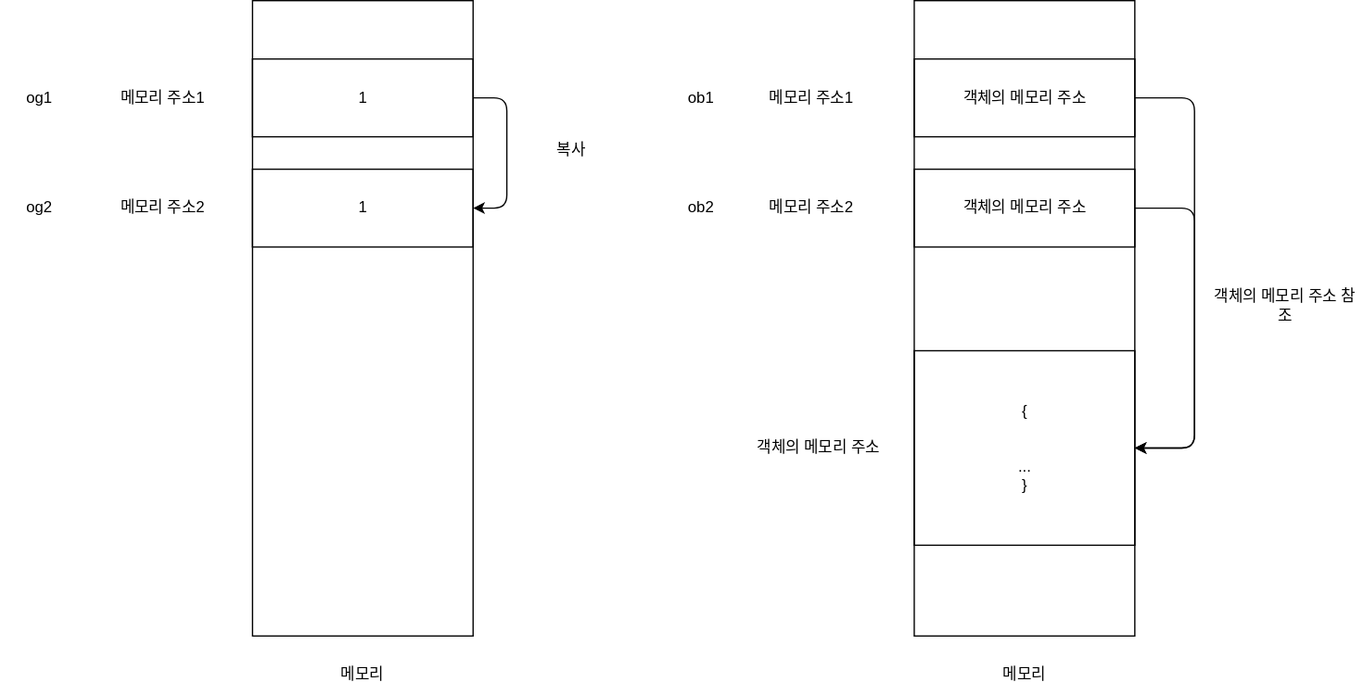
daniel-juyeon-kim/archive keeps this draw.io diagram as JavaScript/원시값, 객체 전달/primitive-reference-compare.drawio.svg. Above is the earlier version. Source tidied: cells renumbered, new cells last; positions are measured from the earlier drawing's top-left corner, leaving out a move shared by most shapes.
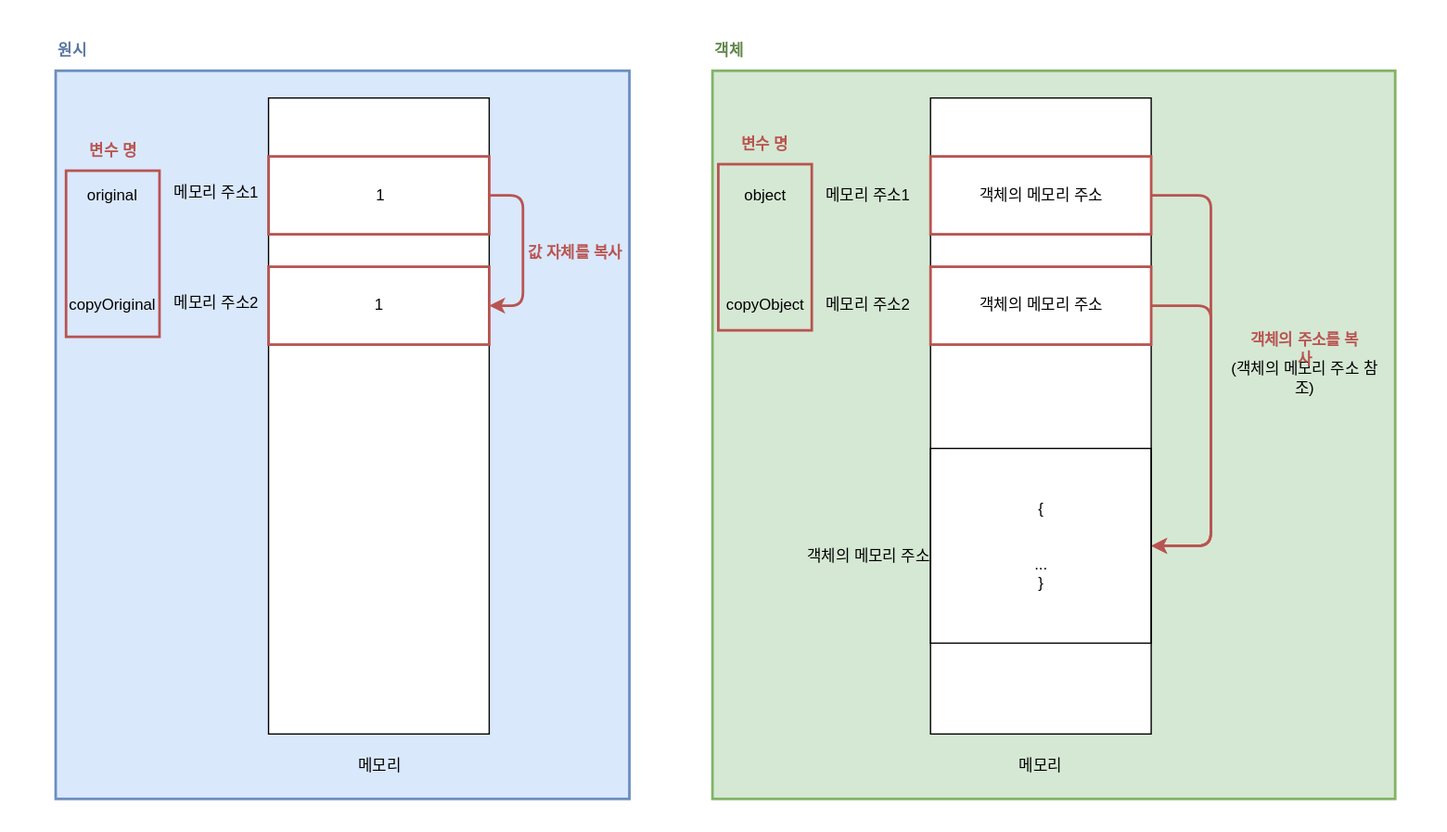
After the commit.

What changed in the source:
```diff
@@ -1,17 +1,32 @@
-<mxGraphModel>
+<mxGraphModel background="#ffffff">
   <root>
     <mxCell id="0" />
     <mxCell id="1" parent="0" />
+    <mxCell id="30" style="rounded=0;whiteSpace=wrap;html=1;strokeColor=none;fillColor=none;" parent="1" vertex="1">
+      <mxGeometry x="-12" y="-75" width="1113" height="640" as="geometry" />
+    </mxCell>
+    <mxCell id="31" style="rounded=0;whiteSpace=wrap;html=1;strokeColor=#82b366;fillColor=#d5e8d4;strokeWidth=2;" parent="1" vertex="1">
+      <mxGeometry x="536" y="-21" width="526" height="561" as="geometry" />
+    </mxCell>
+    <mxCell id="32" style="rounded=0;whiteSpace=wrap;html=1;fillColor=none;strokeColor=#b85450;strokeWidth=2;" parent="1" vertex="1">
+      <mxGeometry x="540.5" y="51" width="72" height="128" as="geometry" />
+    </mxCell>
+    <mxCell id="33" style="rounded=0;whiteSpace=wrap;html=1;strokeColor=#6c8ebf;fillColor=#dae8fc;strokeWidth=2;" parent="1" vertex="1">
+      <mxGeometry x="30" y="-21" width="442" height="561" as="geometry" />
+    </mxCell>
+    <mxCell id="34" style="rounded=0;whiteSpace=wrap;html=1;fillColor=none;strokeColor=#b85450;strokeWidth=2;" parent="1" vertex="1">
+      <mxGeometry x="38" y="56" width="72" height="128" as="geometry" />
+    </mxCell>
     <mxCell id="2" style="rounded=0;whiteSpace=wrap;html=1;" parent="1" vertex="1">
       <mxGeometry x="704" width="170" height="490" as="geometry" />
     </mxCell>
-    <mxCell id="3" value="ob1" style="text;html=1;strokeColor=none;fillColor=none;align=center;verticalAlign=middle;whiteSpace=wrap;rounded=0;" parent="1" vertex="1">
-      <mxGeometry x="510" y="60" width="60" height="30" as="geometry" />
+    <mxCell id="3" value="object" style="text;html=1;strokeColor=none;fillColor=none;align=center;verticalAlign=middle;whiteSpace=wrap;rounded=0;" parent="1" vertex="1">
+      <mxGeometry x="546.5" y="60" width="60" height="30" as="geometry" />
     </mxCell>
     <mxCell id="4" value="메모리 주소1" style="text;html=1;strokeColor=none;fillColor=none;align=center;verticalAlign=middle;whiteSpace=wrap;rounded=0;" parent="1" vertex="1">
-      <mxGeometry x="590" y="60" width="70" height="30" as="geometry" />
+      <mxGeometry x="621" y="60" width="70" height="30" as="geometry" />
     </mxCell>
-    <mxCell id="5" style="edgeStyle=orthogonalEdgeStyle;shape=connector;rounded=1;html=1;exitX=1;exitY=0.5;exitDx=0;exitDy=0;entryX=1;entryY=0.5;entryDx=0;entryDy=0;labelBackgroundColor=default;strokeColor=default;fontFamily=Helvetica;fontSize=11;fontColor=default;endArrow=classic;" parent="1" edge="1" source="6" target="13">
+    <mxCell id="5" style="edgeStyle=orthogonalEdgeStyle;shape=connector;rounded=1;html=1;exitX=1;exitY=0.5;exitDx=0;exitDy=0;entryX=1;entryY=0.5;entryDx=0;entryDy=0;labelBackgroundColor=default;strokeColor=#b85450;fontFamily=Helvetica;fontSize=11;fontColor=default;endArrow=classic;fillColor=#f8cecc;strokeWidth=2;" parent="1" edge="1" source="6" target="13">
       <mxGeometry relative="1" as="geometry">
         <Array as="points">
           <mxPoint x="920" y="75" />
@@ -19,13 +34,13 @@
         </Array>
       </mxGeometry>
     </mxCell>
-    <mxCell id="6" style="rounded=0;whiteSpace=wrap;html=1;fillColor=none;" parent="1" vertex="1">
+    <mxCell id="6" style="rounded=0;whiteSpace=wrap;html=1;fillColor=none;strokeColor=#b85450;strokeWidth=2;" parent="1" vertex="1">
       <mxGeometry x="704" y="45" width="170" height="60" as="geometry" />
     </mxCell>
     <mxCell id="7" value="객체의 메모리 주소" style="text;html=1;strokeColor=none;fillColor=none;align=center;verticalAlign=middle;whiteSpace=wrap;rounded=0;" parent="1" vertex="1">
       <mxGeometry x="739.5" y="60" width="99" height="30" as="geometry" />
     </mxCell>
-    <mxCell id="8" style="edgeStyle=orthogonalEdgeStyle;shape=connector;rounded=1;html=1;exitX=1;exitY=0.5;exitDx=0;exitDy=0;entryX=1;entryY=0.5;entryDx=0;entryDy=0;labelBackgroundColor=default;strokeColor=default;fontFamily=Helvetica;fontSize=11;fontColor=default;endArrow=classic;" parent="1" edge="1" source="9" target="13">
+    <mxCell id="8" style="edgeStyle=orthogonalEdgeStyle;shape=connector;rounded=1;html=1;exitX=1;exitY=0.5;exitDx=0;exitDy=0;entryX=1;entryY=0.5;entryDx=0;entryDy=0;labelBackgroundColor=default;strokeColor=#b85450;fontFamily=Helvetica;fontSize=11;fontColor=default;endArrow=classic;fillColor=#f8cecc;strokeWidth=2;" parent="1" edge="1" source="9" target="13">
       <mxGeometry relative="1" as="geometry">
         <Array as="points">
           <mxPoint x="920" y="160" />
@@ -33,17 +48,17 @@
         </Array>
       </mxGeometry>
     </mxCell>
-    <mxCell id="9" style="rounded=0;whiteSpace=wrap;html=1;fillColor=none;" parent="1" vertex="1">
+    <mxCell id="9" style="rounded=0;whiteSpace=wrap;html=1;fillColor=none;strokeColor=#b85450;strokeWidth=2;" parent="1" vertex="1">
       <mxGeometry x="704" y="130" width="170" height="60" as="geometry" />
     </mxCell>
     <mxCell id="10" value="객체의 메모리 주소" style="text;html=1;strokeColor=none;fillColor=none;align=center;verticalAlign=middle;whiteSpace=wrap;rounded=0;" parent="1" vertex="1">
       <mxGeometry x="739.5" y="145" width="99" height="30" as="geometry" />
     </mxCell>
-    <mxCell id="11" value="ob2" style="text;html=1;strokeColor=none;fillColor=none;align=center;verticalAlign=middle;whiteSpace=wrap;rounded=0;" parent="1" vertex="1">
-      <mxGeometry x="510" y="145" width="60" height="30" as="geometry" />
+    <mxCell id="11" value="copyObject" style="text;html=1;strokeColor=none;fillColor=none;align=center;verticalAlign=middle;whiteSpace=wrap;rounded=0;" parent="1" vertex="1">
+      <mxGeometry x="546.5" y="145" width="60" height="30" as="geometry" />
     </mxCell>
     <mxCell id="12" value="메모리 주소2" style="text;html=1;strokeColor=none;fillColor=none;align=center;verticalAlign=middle;whiteSpace=wrap;rounded=0;" parent="1" vertex="1">
-      <mxGeometry x="590" y="145" width="70" height="30" as="geometry" />
+      <mxGeometry x="621" y="145" width="70" height="30" as="geometry" />
     </mxCell>
     <mxCell id="13" style="rounded=0;whiteSpace=wrap;html=1;fillColor=none;" parent="1" vertex="1">
       <mxGeometry x="704" y="270" width="170" height="150" as="geometry" />
@@ -52,18 +67,18 @@
       <mxGeometry x="739.5" y="330" width="99" height="30" as="geometry" />
     </mxCell>
     <mxCell id="15" value="객체의 메모리 주소" style="text;html=1;strokeColor=none;fillColor=none;align=center;verticalAlign=middle;whiteSpace=wrap;rounded=0;" parent="1" vertex="1">
-      <mxGeometry x="580.5" y="330" width="99" height="30" as="geometry" />
+      <mxGeometry x="606.5" y="338" width="99" height="30" as="geometry" />
     </mxCell>
     <mxCell id="16" value="메모리" style="text;html=1;strokeColor=none;fillColor=none;align=center;verticalAlign=middle;whiteSpace=wrap;rounded=0;" parent="1" vertex="1">
-      <mxGeometry x="759" y="505" width="60" height="30" as="geometry" />
+      <mxGeometry x="759" y="500" width="60" height="30" as="geometry" />
     </mxCell>
     <mxCell id="17" style="rounded=0;whiteSpace=wrap;html=1;" parent="1" vertex="1">
       <mxGeometry x="194" width="170" height="490" as="geometry" />
     </mxCell>
-    <mxCell id="18" value="og1" style="text;html=1;strokeColor=none;fillColor=none;align=center;verticalAlign=middle;whiteSpace=wrap;rounded=0;" parent="1" vertex="1">
-      <mxGeometry y="60" width="60" height="30" as="geometry" />
+    <mxCell id="18" value="original" style="text;html=1;strokeColor=none;fillColor=none;align=center;verticalAlign=middle;whiteSpace=wrap;rounded=0;" parent="1" vertex="1">
+      <mxGeometry x="44" y="60" width="60" height="30" as="geometry" />
     </mxCell>
-    <mxCell id="19" style="edgeStyle=orthogonalEdgeStyle;shape=connector;rounded=1;html=1;exitX=1;exitY=0.5;exitDx=0;exitDy=0;entryX=1;entryY=0.5;entryDx=0;entryDy=0;labelBackgroundColor=default;strokeColor=default;fontFamily=Helvetica;fontSize=11;fontColor=default;endArrow=classic;" parent="1" edge="1" source="20" target="22">
+    <mxCell id="19" style="edgeStyle=orthogonalEdgeStyle;shape=connector;rounded=1;html=1;exitX=1;exitY=0.5;exitDx=0;exitDy=0;entryX=1;entryY=0.5;entryDx=0;entryDy=0;labelBackgroundColor=default;strokeColor=#b85450;fontFamily=Helvetica;fontSize=11;fontColor=default;endArrow=classic;fillColor=#f8cecc;strokeWidth=2;" parent="1" edge="1" source="20" target="22">
       <mxGeometry relative="1" as="geometry">
         <Array as="points">
           <mxPoint x="390" y="75" />
@@ -71,35 +86,50 @@
         </Array>
       </mxGeometry>
     </mxCell>
-    <mxCell id="20" style="rounded=0;whiteSpace=wrap;html=1;fillColor=none;" parent="1" vertex="1">
+    <mxCell id="20" style="rounded=0;whiteSpace=wrap;html=1;fillColor=none;strokeColor=#b85450;strokeWidth=2;" parent="1" vertex="1">
       <mxGeometry x="194" y="45" width="170" height="60" as="geometry" />
     </mxCell>
     <mxCell id="21" value="1" style="text;html=1;strokeColor=none;fillColor=none;align=center;verticalAlign=middle;whiteSpace=wrap;rounded=0;" parent="1" vertex="1">
-      <mxGeometry x="229.5" y="60" width="99" height="30" as="geometry" />
+      <mxGeometry x="229.5" y="60" width="100.5" height="30" as="geometry" />
     </mxCell>
-    <mxCell id="22" style="rounded=0;whiteSpace=wrap;html=1;fillColor=none;" parent="1" vertex="1">
+    <mxCell id="22" style="rounded=0;whiteSpace=wrap;html=1;fillColor=none;strokeColor=#b85450;strokeWidth=2;" parent="1" vertex="1">
       <mxGeometry x="194" y="130" width="170" height="60" as="geometry" />
     </mxCell>
     <mxCell id="23" value="1" style="text;html=1;strokeColor=none;fillColor=none;align=center;verticalAlign=middle;whiteSpace=wrap;rounded=0;" parent="1" vertex="1">
       <mxGeometry x="229.5" y="145" width="99" height="30" as="geometry" />
     </mxCell>
-    <mxCell id="24" value="og2" style="text;html=1;strokeColor=none;fillColor=none;align=center;verticalAlign=middle;whiteSpace=wrap;rounded=0;" parent="1" vertex="1">
-      <mxGeometry y="145" width="60" height="30" as="geometry" />
+    <mxCell id="24" value="copyOriginal" style="text;html=1;strokeColor=none;fillColor=none;align=center;verticalAlign=middle;whiteSpace=wrap;rounded=0;" parent="1" vertex="1">
+      <mxGeometry x="44" y="145" width="60" height="30" as="geometry" />
     </mxCell>
     <mxCell id="25" value="메모리" style="text;html=1;strokeColor=none;fillColor=none;align=center;verticalAlign=middle;whiteSpace=wrap;rounded=0;" parent="1" vertex="1">
-      <mxGeometry x="249" y="505" width="60" height="30" as="geometry" />
+      <mxGeometry x="249.8" y="500" width="60" height="30" as="geometry" />
     </mxCell>
-    <mxCell id="26" value="복사" style="text;html=1;strokeColor=none;fillColor=none;align=center;verticalAlign=middle;whiteSpace=wrap;rounded=0;" parent="1" vertex="1">
-      <mxGeometry x="410" y="100" width="60" height="30" as="geometry" />
-    </mxCell>
     <mxCell id="27" value="메모리 주소1" style="text;html=1;strokeColor=none;fillColor=none;align=center;verticalAlign=middle;whiteSpace=wrap;rounded=0;" parent="1" vertex="1">
-      <mxGeometry x="90" y="60" width="70" height="30" as="geometry" />
+      <mxGeometry x="119" y="57.5" width="70" height="30" as="geometry" />
     </mxCell>
     <mxCell id="28" value="메모리 주소2" style="text;html=1;strokeColor=none;fillColor=none;align=center;verticalAlign=middle;whiteSpace=wrap;rounded=0;" parent="1" vertex="1">
-      <mxGeometry x="90" y="145" width="70" height="30" as="geometry" />
+      <mxGeometry x="119" y="142.5" width="70" height="30" as="geometry" />
     </mxCell>
-    <mxCell id="29" value="객체의 메모리 주소 참조" style="text;html=1;strokeColor=none;fillColor=none;align=center;verticalAlign=middle;whiteSpace=wrap;rounded=0;" parent="1" vertex="1">
-      <mxGeometry x="930" y="220" width="120" height="30" as="geometry" />
+    <mxCell id="29" value="(객체의 메모리 주소 참조)" style="text;html=1;strokeColor=none;fillColor=none;align=center;verticalAlign=middle;whiteSpace=wrap;rounded=0;" parent="1" vertex="1">
+      <mxGeometry x="927.5" y="201" width="129" height="30" as="geometry" />
     </mxCell>
+    <mxCell id="35" value="원시" style="text;html=1;strokeColor=none;fillColor=none;align=left;verticalAlign=middle;whiteSpace=wrap;rounded=0;fontStyle=1;fontColor=#5B77A1;" parent="1" vertex="1">
+      <mxGeometry x="30" y="-51" width="60" height="30" as="geometry" />
+    </mxCell>
+    <mxCell id="36" value="객체" style="text;html=1;strokeColor=none;fillColor=none;align=left;verticalAlign=middle;whiteSpace=wrap;rounded=0;fontStyle=1;fontColor=#61874C;" parent="1" vertex="1">
+      <mxGeometry x="536" y="-51" width="60" height="30" as="geometry" />
+    </mxCell>
+    <mxCell id="37" value="값 자체를 복사" style="text;html=1;strokeColor=none;fillColor=none;align=center;verticalAlign=middle;whiteSpace=wrap;rounded=0;strokeWidth=2;fontColor=#b95450;fontStyle=1;" parent="1" vertex="1">
+      <mxGeometry x="383" y="105" width="95" height="30" as="geometry" />
+    </mxCell>
+    <mxCell id="38" value="객체의 주소를 복사" style="text;html=1;strokeColor=none;fillColor=none;align=center;verticalAlign=middle;whiteSpace=wrap;rounded=0;strokeWidth=2;fontColor=#b95450;fontStyle=1;" parent="1" vertex="1">
+      <mxGeometry x="944.5" y="179" width="95" height="30" as="geometry" />
+    </mxCell>
+    <mxCell id="39" value="변수 명" style="text;html=1;strokeColor=none;fillColor=none;align=center;verticalAlign=middle;whiteSpace=wrap;rounded=0;strokeWidth=2;fontColor=#b95450;fontStyle=1;" parent="1" vertex="1">
+      <mxGeometry x="26.5" y="26" width="95" height="30" as="geometry" />
+    </mxCell>
+    <mxCell id="40" value="변수 명" style="text;html=1;strokeColor=none;fillColor=none;align=center;verticalAlign=middle;whiteSpace=wrap;rounded=0;strokeWidth=2;fontColor=#b95450;fontStyle=1;" parent="1" vertex="1">
+      <mxGeometry x="529" y="21" width="95" height="30" as="geometry" />
+    </mxCell>
   </root>
 </mxGraphModel>
```
